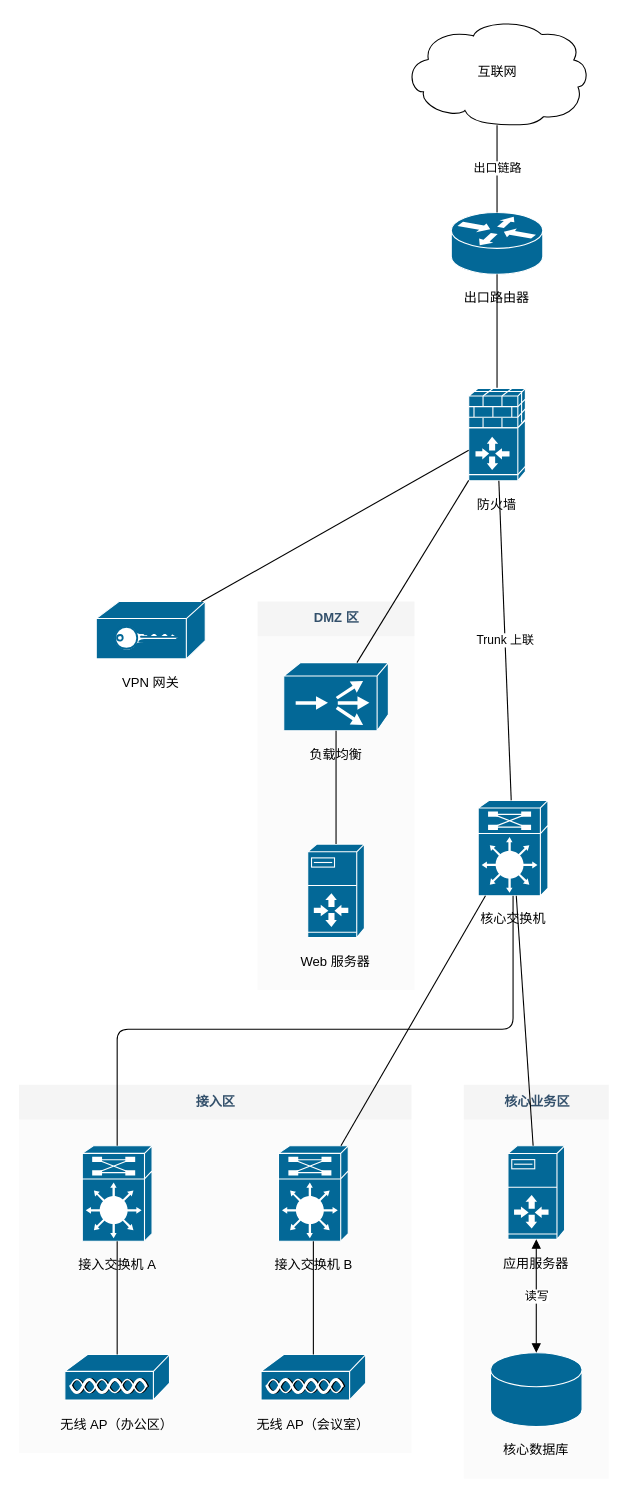
The draw.io diagram out/enterprise_network.drawio in ttonghao-thao/Ai-Diagram, before the edit. Source tidied: cells renumbered, new cells numbered last; positions are measured from the earlier drawing's top-left corner, leaving out a move shared by most shapes. Both pictures are drawn from the tidied source at 109%, with x=0, y=0 at pixel (19, 19).
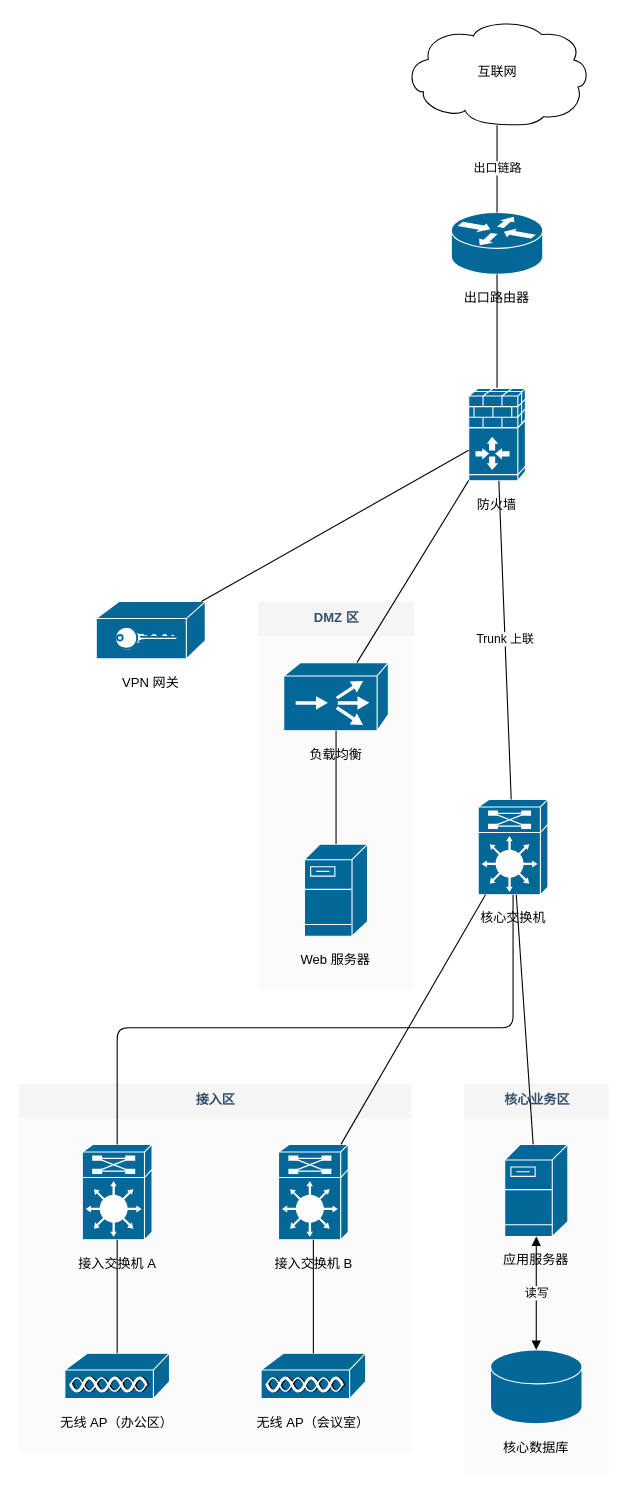
The same page after the edit.

The change refers to these unchanged cells:
```xml
<mxCell id="12" value="接入交换机 A" style="sketch=0;outlineConnect=0;html=1;fillColor=#036897;strokeColor=#FFFFFF;shape=mxgraph.cisco.misc.route_switch_processor;verticalLabelPosition=bottom;verticalAlign=top;align=center;spacingTop=8;fontSize=12;fontColor=#000000;whiteSpace=wrap;labelWidth=99;verticalLabelPosition=bottom;verticalAlign=top;align=center;aiKind=switch;aiShapeId=cisco.misc.route_switch_processor;" parent="4" vertex="1">
  <mxGeometry x="58" y="56" width="64" height="87.5" as="geometry" />
</mxCell>
```

What changed in the source:
```diff
@@
     <mxCell id="2" value="DMZ 区" style="swimlane;html=1;startSize=32;horizontal=1;rounded=1;fillColor=#F4F7FA;strokeColor=#9DB4C8;fontColor=#33506B;swimlaneFillColor=#FBFDFE;rounded=0;fillColor=#F5F5F5;strokeColor=none;swimlaneFillColor=#FBFBFB;" parent="1" vertex="1">
-      <mxGeometry x="218.8" y="534.4" width="144" height="356.3" as="geometry" />
+      <mxGeometry x="218.8" y="534.4" width="144" height="355" as="geometry" />
     </mxCell>
     <mxCell id="3" value="核心业务区" style="swimlane;html=1;startSize=32;horizontal=1;rounded=1;fillColor=#F4F7FA;strokeColor=#9DB4C8;fontColor=#33506B;swimlaneFillColor=#FBFDFE;rounded=0;fillColor=#F5F5F5;strokeColor=none;swimlaneFillColor=#FBFBFB;" parent="1" vertex="1">
-      <mxGeometry x="408" y="977.7" width="133" height="361.5" as="geometry" />
+      <mxGeometry x="408" y="976.4" width="133" height="360.2" as="geometry" />
     </mxCell>
     <mxCell id="4" value="接入区" style="swimlane;html=1;startSize=32;horizontal=1;rounded=1;fillColor=#F4F7FA;strokeColor=#9DB4C8;fontColor=#33506B;swimlaneFillColor=#FBFDFE;rounded=0;fillColor=#F5F5F5;strokeColor=none;swimlaneFillColor=#FBFBFB;" parent="1" vertex="1">
-      <mxGeometry y="977.7" width="360" height="337.8" as="geometry" />
+      <mxGeometry y="976.4" width="360" height="337.8" as="geometry" />
     </mxCell>
@@
-    <mxCell id="10" value="Web 服务器" style="sketch=0;outlineConnect=0;html=1;fillColor=#036897;strokeColor=#FFFFFF;shape=mxgraph.cisco.servers.server_with_router;verticalLabelPosition=bottom;verticalAlign=top;align=center;spacingTop=8;fontSize=12;fontColor=#000000;whiteSpace=wrap;labelWidth=87;verticalLabelPosition=bottom;verticalAlign=top;align=center;aiKind=server;aiNetworkRole=endpoint;aiShapeId=cisco.servers.server_with_router;" parent="2" vertex="1">
-      <mxGeometry x="46" y="222.5" width="52" height="85.8" as="geometry" />
+    <mxCell id="10" value="Web 服务器" style="sketch=0;outlineConnect=0;html=1;fillColor=#036897;strokeColor=#FFFFFF;shape=mxgraph.cisco.servers.fileserver;verticalLabelPosition=bottom;verticalAlign=top;align=center;spacingTop=8;fontSize=12;fontColor=#000000;whiteSpace=wrap;labelWidth=87;verticalLabelPosition=bottom;verticalAlign=top;align=center;aiKind=server;aiNetworkRole=endpoint;aiShapeId=cisco.servers.fileserver;" parent="2" vertex="1">
+      <mxGeometry x="43" y="222.5" width="58" height="84.5" as="geometry" />
     </mxCell>
     <mxCell id="11" value="核心交换机" style="sketch=0;outlineConnect=0;html=1;fillColor=#036897;strokeColor=#FFFFFF;shape=mxgraph.cisco.misc.route_switch_processor;verticalLabelPosition=bottom;verticalAlign=top;align=center;spacingTop=8;fontSize=12;fontColor=#000000;whiteSpace=wrap;labelWidth=85;verticalLabelPosition=bottom;verticalAlign=top;align=center;aiKind=switch;aiNetworkRole=core;aiShapeId=cisco.misc.route_switch_processor;" parent="1" vertex="1">
-      <mxGeometry x="421.2" y="716.8" width="64" height="87.5" as="geometry" />
+      <mxGeometry x="421.2" y="715.9" width="64" height="87.5" as="geometry" />
     </mxCell>
@@
-    <mxCell id="16" value="应用服务器" style="sketch=0;outlineConnect=0;html=1;fillColor=#036897;strokeColor=#FFFFFF;shape=mxgraph.cisco.servers.server_with_router;verticalLabelPosition=bottom;verticalAlign=top;align=center;spacingTop=8;fontSize=12;fontColor=#000000;whiteSpace=wrap;labelWidth=85;verticalLabelPosition=bottom;verticalAlign=top;align=center;aiKind=server;aiNetworkRole=endpoint;aiShapeId=cisco.servers.server_with_router;" parent="3" vertex="1">
-      <mxGeometry x="40.5" y="56" width="52" height="85.8" as="geometry" />
+    <mxCell id="16" value="应用服务器" style="sketch=0;outlineConnect=0;html=1;fillColor=#036897;strokeColor=#FFFFFF;shape=mxgraph.cisco.servers.fileserver;verticalLabelPosition=bottom;verticalAlign=top;align=center;spacingTop=8;fontSize=12;fontColor=#000000;whiteSpace=wrap;labelWidth=85;verticalLabelPosition=bottom;verticalAlign=top;align=center;aiKind=server;aiNetworkRole=endpoint;aiShapeId=cisco.servers.fileserver;" parent="3" vertex="1">
+      <mxGeometry x="37.5" y="56" width="58" height="84.5" as="geometry" />
     </mxCell>
     <mxCell id="17" value="核心数据库" style="sketch=0;outlineConnect=0;html=1;fillColor=#036897;strokeColor=#FFFFFF;shape=mxgraph.cisco.storage.relational_database;verticalLabelPosition=bottom;verticalAlign=top;align=center;spacingTop=8;fontSize=12;fontColor=#000000;whiteSpace=wrap;labelWidth=85;verticalLabelPosition=bottom;verticalAlign=top;align=center;aiKind=database;aiNetworkRole=endpoint;aiShapeId=cisco.storage.relational_database;" parent="3" vertex="1">
-      <mxGeometry x="24.5" y="245.8" width="84" height="67.8" as="geometry" />
+      <mxGeometry x="24.5" y="244.5" width="84" height="67.8" as="geometry" />
     </mxCell>
@@
     <mxCell id="24" style="edgeStyle=segmentEdgeStyle;exitX=0.5;exitY=1;entryX=0.5;entryY=0;sketch=0;html=1;strokeColor=#000000;strokeWidth=1;labelBackgroundColor=#FFFFFF;startArrow=none;startFill=0;endArrow=none;endFill=0;strokeColor=#000000;strokeWidth=1;labelBackgroundColor=#FFFFFF;aiKind=physical;aiDirection=undirected;" parent="1" edge="1" source="11" target="12">
       <mxGeometry relative="1" as="geometry">
         <Array as="points">
-          <mxPoint x="453.2" y="926.7" />
-          <mxPoint x="90" y="926.7" />
+          <mxPoint x="453.2" y="925.4" />
+          <mxPoint x="90" y="925.4" />
         </Array>
       </mxGeometry>
     </mxCell>
```
